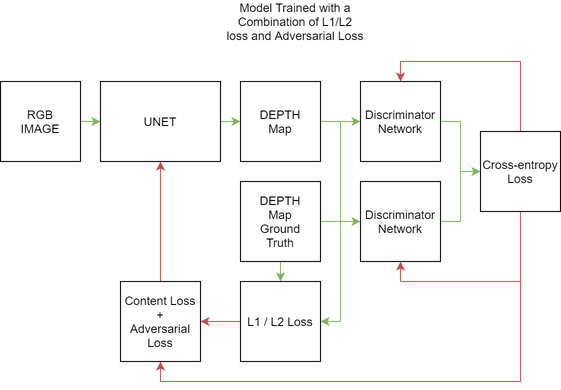
Before: figures/UnetGAN.png, a diagram exported from draw.io (AtharvBhat/EstimateDepth). Source tidied: cells renumbered, new cells last; positions are measured from the earlier drawing's top-left corner, leaving out a move shared by most shapes. The source it was exported from:
```xml
<mxGraphModel>
  <root>
    <mxCell id="0" />
    <mxCell id="1" parent="0" />
    <mxCell id="2" style="edgeStyle=orthogonalEdgeStyle;rounded=0;jettySize=auto;html=1;fillColor=#d5e8d4;strokeColor=#82b366;" parent="1" edge="1" source="3" target="6">
      <mxGeometry relative="1" as="geometry" />
    </mxCell>
    <mxCell id="3" style="whiteSpace=wrap;html=1;" parent="1" vertex="1">
      <mxGeometry y="70" width="80" height="80" as="geometry" />
    </mxCell>
    <mxCell id="4" value="RGB IMAGE" style="text;html=1;strokeColor=none;fillColor=none;align=center;verticalAlign=middle;whiteSpace=wrap;rounded=0;" parent="1" vertex="1">
      <mxGeometry x="20" y="100" width="40" height="20" as="geometry" />
    </mxCell>
    <mxCell id="5" style="edgeStyle=orthogonalEdgeStyle;rounded=0;jettySize=auto;html=1;exitX=1;exitY=0.5;exitDx=0;exitDy=0;fillColor=#d5e8d4;strokeColor=#82b366;" parent="1" edge="1" source="6" target="9">
      <mxGeometry relative="1" as="geometry" />
    </mxCell>
    <mxCell id="6" value="UNET" style="whiteSpace=wrap;html=1;" parent="1" vertex="1">
      <mxGeometry x="100" y="70" width="120" height="80" as="geometry" />
    </mxCell>
    <mxCell id="7" style="edgeStyle=orthogonalEdgeStyle;rounded=0;jettySize=auto;html=1;exitX=1;exitY=0.5;exitDx=0;exitDy=0;entryX=0;entryY=0.5;entryDx=0;entryDy=0;fillColor=#d5e8d4;strokeColor=#82b366;" parent="1" edge="1" source="9" target="17">
      <mxGeometry relative="1" as="geometry" />
    </mxCell>
    <mxCell id="8" style="edgeStyle=orthogonalEdgeStyle;rounded=0;jettySize=auto;html=1;exitX=1;exitY=0.5;exitDx=0;exitDy=0;entryX=1;entryY=0.5;entryDx=0;entryDy=0;fillColor=#d5e8d4;strokeColor=#82b366;" parent="1" edge="1" source="9" target="14">
      <mxGeometry relative="1" as="geometry" />
    </mxCell>
    <mxCell id="9" value="DEPTH&lt;br&gt;Map" style="whiteSpace=wrap;html=1;" parent="1" vertex="1">
      <mxGeometry x="240" y="70" width="80" height="80" as="geometry" />
    </mxCell>
    <mxCell id="10" style="edgeStyle=orthogonalEdgeStyle;rounded=0;jettySize=auto;html=1;exitX=1;exitY=0.5;exitDx=0;exitDy=0;entryX=0;entryY=0.5;entryDx=0;entryDy=0;fillColor=#d5e8d4;strokeColor=#82b366;" parent="1" edge="1" source="12" target="19">
      <mxGeometry relative="1" as="geometry" />
    </mxCell>
    <mxCell id="11" style="edgeStyle=orthogonalEdgeStyle;rounded=0;jettySize=auto;html=1;exitX=0.5;exitY=1;exitDx=0;exitDy=0;entryX=0.5;entryY=0;entryDx=0;entryDy=0;fillColor=#d5e8d4;strokeColor=#82b366;" parent="1" edge="1" source="12" target="14">
      <mxGeometry relative="1" as="geometry" />
    </mxCell>
    <mxCell id="12" value="DEPTH&lt;br&gt;Map&lt;br&gt;Ground&lt;br&gt;Truth" style="whiteSpace=wrap;html=1;" parent="1" vertex="1">
      <mxGeometry x="240" y="170" width="80" height="80" as="geometry" />
    </mxCell>
    <mxCell id="13" style="edgeStyle=orthogonalEdgeStyle;rounded=0;jettySize=auto;html=1;exitX=0;exitY=0.5;exitDx=0;exitDy=0;fillColor=#f8cecc;strokeColor=#b85450;" parent="1" edge="1" source="14">
      <mxGeometry relative="1" as="geometry">
        <mxPoint x="200" y="310" as="targetPoint" />
      </mxGeometry>
    </mxCell>
    <mxCell id="14" value="L1 / L2 Loss" style="whiteSpace=wrap;html=1;" parent="1" vertex="1">
      <mxGeometry x="240" y="270" width="80" height="80" as="geometry" />
    </mxCell>
    <mxCell id="15" value="Model Trained with a Combination of L1/L2 loss and Adversarial Loss" style="text;html=1;strokeColor=none;fillColor=none;align=center;verticalAlign=middle;whiteSpace=wrap;rounded=0;" parent="1" vertex="1">
      <mxGeometry x="225" width="140" height="20" as="geometry" />
    </mxCell>
    <mxCell id="16" style="edgeStyle=orthogonalEdgeStyle;rounded=0;jettySize=auto;html=1;exitX=1;exitY=0.5;exitDx=0;exitDy=0;entryX=0;entryY=0.5;entryDx=0;entryDy=0;fillColor=#d5e8d4;strokeColor=#82b366;" parent="1" edge="1" source="17" target="23">
      <mxGeometry relative="1" as="geometry" />
    </mxCell>
    <mxCell id="17" value="Discriminator&lt;br&gt;Network" style="whiteSpace=wrap;html=1;" parent="1" vertex="1">
      <mxGeometry x="360" y="70" width="80" height="80" as="geometry" />
    </mxCell>
    <mxCell id="18" style="edgeStyle=orthogonalEdgeStyle;rounded=0;jettySize=auto;html=1;exitX=1;exitY=0.5;exitDx=0;exitDy=0;fillColor=#d5e8d4;strokeColor=#82b366;" parent="1" edge="1" source="19">
      <mxGeometry relative="1" as="geometry">
        <mxPoint x="480" y="160" as="targetPoint" />
        <Array as="points">
          <mxPoint x="460" y="210" />
          <mxPoint x="460" y="160" />
        </Array>
      </mxGeometry>
    </mxCell>
    <mxCell id="19" value="Discriminator Network" style="whiteSpace=wrap;html=1;" parent="1" vertex="1">
      <mxGeometry x="360" y="170" width="80" height="80" as="geometry" />
    </mxCell>
    <mxCell id="20" style="edgeStyle=orthogonalEdgeStyle;rounded=0;jettySize=auto;html=1;exitX=0.5;exitY=1;exitDx=0;exitDy=0;entryX=0.5;entryY=1;entryDx=0;entryDy=0;fillColor=#f8cecc;strokeColor=#b85450;" parent="1" edge="1" source="23" target="19">
      <mxGeometry relative="1" as="geometry" />
    </mxCell>
    <mxCell id="21" style="edgeStyle=orthogonalEdgeStyle;rounded=0;jettySize=auto;html=1;exitX=0.5;exitY=1;exitDx=0;exitDy=0;entryX=0.5;entryY=1;entryDx=0;entryDy=0;fillColor=#f8cecc;strokeColor=#b85450;" parent="1" edge="1" source="23" target="25">
      <mxGeometry relative="1" as="geometry">
        <Array as="points">
          <mxPoint x="520" y="370" />
          <mxPoint x="160" y="370" />
        </Array>
      </mxGeometry>
    </mxCell>
    <mxCell id="22" style="edgeStyle=orthogonalEdgeStyle;rounded=0;jettySize=auto;html=1;exitX=0.5;exitY=0;exitDx=0;exitDy=0;entryX=0.5;entryY=0;entryDx=0;entryDy=0;fillColor=#f8cecc;strokeColor=#b85450;" parent="1" edge="1" source="23" target="17">
      <mxGeometry relative="1" as="geometry" />
    </mxCell>
    <mxCell id="23" value="Cross-entropy&lt;br&gt;Loss" style="whiteSpace=wrap;html=1;" parent="1" vertex="1">
      <mxGeometry x="480" y="120" width="80" height="80" as="geometry" />
    </mxCell>
    <mxCell id="24" style="edgeStyle=orthogonalEdgeStyle;rounded=0;jettySize=auto;html=1;exitX=0.5;exitY=0;exitDx=0;exitDy=0;entryX=0.5;entryY=1;entryDx=0;entryDy=0;fillColor=#f8cecc;strokeColor=#b85450;" parent="1" edge="1" source="25" target="6">
      <mxGeometry relative="1" as="geometry" />
    </mxCell>
    <mxCell id="25" value="Content Loss&lt;br&gt;+&lt;br&gt;Adversarial Loss" style="whiteSpace=wrap;html=1;" parent="1" vertex="1">
      <mxGeometry x="120" y="270" width="80" height="80" as="geometry" />
    </mxCell>
  </root>
</mxGraphModel>
```
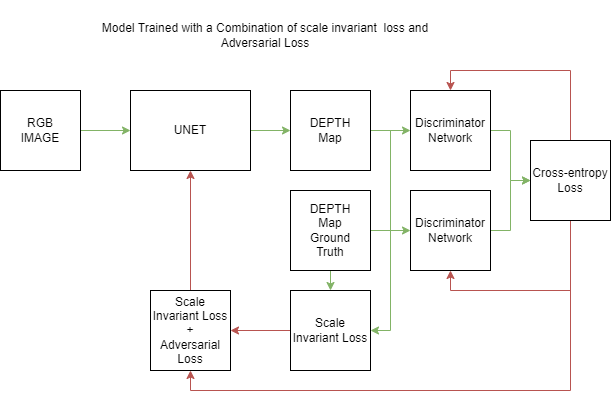
The same diagram one commit later.

The edit, as a diff of the source:
```diff
@@ -2,20 +2,22 @@
   <root>
     <mxCell id="0" />
     <mxCell id="1" parent="0" />
-    <mxCell id="2" style="edgeStyle=orthogonalEdgeStyle;rounded=0;jettySize=auto;html=1;fillColor=#d5e8d4;strokeColor=#82b366;" parent="1" edge="1" source="3" target="6">
-      <mxGeometry relative="1" as="geometry" />
+    <mxCell id="2" style="edgeStyle=orthogonalEdgeStyle;rounded=0;jettySize=auto;html=1;fillColor=#d5e8d4;strokeColor=#82b366;" parent="1" edge="1" source="3">
+      <mxGeometry relative="1" as="geometry">
+        <mxPoint x="80" y="110" as="targetPoint" />
+      </mxGeometry>
     </mxCell>
     <mxCell id="3" style="whiteSpace=wrap;html=1;" parent="1" vertex="1">
-      <mxGeometry y="70" width="80" height="80" as="geometry" />
+      <mxGeometry x="-50" y="70" width="80" height="80" as="geometry" />
     </mxCell>
     <mxCell id="4" value="RGB IMAGE" style="text;html=1;strokeColor=none;fillColor=none;align=center;verticalAlign=middle;whiteSpace=wrap;rounded=0;" parent="1" vertex="1">
-      <mxGeometry x="20" y="100" width="40" height="20" as="geometry" />
+      <mxGeometry x="-30" y="100" width="40" height="20" as="geometry" />
     </mxCell>
     <mxCell id="5" style="edgeStyle=orthogonalEdgeStyle;rounded=0;jettySize=auto;html=1;exitX=1;exitY=0.5;exitDx=0;exitDy=0;fillColor=#d5e8d4;strokeColor=#82b366;" parent="1" edge="1" source="6" target="9">
       <mxGeometry relative="1" as="geometry" />
     </mxCell>
     <mxCell id="6" value="UNET" style="whiteSpace=wrap;html=1;" parent="1" vertex="1">
-      <mxGeometry x="100" y="70" width="120" height="80" as="geometry" />
+      <mxGeometry x="80" y="70" width="120" height="80" as="geometry" />
     </mxCell>
     <mxCell id="7" style="edgeStyle=orthogonalEdgeStyle;rounded=0;jettySize=auto;html=1;exitX=1;exitY=0.5;exitDx=0;exitDy=0;entryX=0;entryY=0.5;entryDx=0;entryDy=0;fillColor=#d5e8d4;strokeColor=#82b366;" parent="1" edge="1" source="9" target="17">
       <mxGeometry relative="1" as="geometry" />
@@ -35,16 +37,14 @@
     <mxCell id="12" value="DEPTH&lt;br&gt;Map&lt;br&gt;Ground&lt;br&gt;Truth" style="whiteSpace=wrap;html=1;" parent="1" vertex="1">
       <mxGeometry x="240" y="170" width="80" height="80" as="geometry" />
     </mxCell>
-    <mxCell id="13" style="edgeStyle=orthogonalEdgeStyle;rounded=0;jettySize=auto;html=1;exitX=0;exitY=0.5;exitDx=0;exitDy=0;fillColor=#f8cecc;strokeColor=#b85450;" parent="1" edge="1" source="14">
-      <mxGeometry relative="1" as="geometry">
-        <mxPoint x="200" y="310" as="targetPoint" />
-      </mxGeometry>
+    <mxCell id="13" style="edgeStyle=orthogonalEdgeStyle;rounded=0;jettySize=auto;html=1;exitX=0;exitY=0.5;exitDx=0;exitDy=0;fillColor=#f8cecc;strokeColor=#b85450;entryX=1;entryY=0.5;entryDx=0;entryDy=0;" parent="1" edge="1" source="14" target="25">
+      <mxGeometry relative="1" as="geometry" />
     </mxCell>
-    <mxCell id="14" value="L1 / L2 Loss" style="whiteSpace=wrap;html=1;" parent="1" vertex="1">
+    <mxCell id="14" value="Scale Invariant Loss" style="whiteSpace=wrap;html=1;" parent="1" vertex="1">
       <mxGeometry x="240" y="270" width="80" height="80" as="geometry" />
     </mxCell>
-    <mxCell id="15" value="Model Trained with a Combination of L1/L2 loss and Adversarial Loss" style="text;html=1;strokeColor=none;fillColor=none;align=center;verticalAlign=middle;whiteSpace=wrap;rounded=0;" parent="1" vertex="1">
-      <mxGeometry x="225" width="140" height="20" as="geometry" />
+    <mxCell id="15" value="Model Trained with a Combination of scale invariant&amp;nbsp; loss and Adversarial Loss" style="text;html=1;strokeColor=none;fillColor=none;align=center;verticalAlign=middle;whiteSpace=wrap;rounded=0;" parent="1" vertex="1">
+      <mxGeometry x="50" y="-20" width="330" height="70" as="geometry" />
     </mxCell>
     <mxCell id="16" style="edgeStyle=orthogonalEdgeStyle;rounded=0;jettySize=auto;html=1;exitX=1;exitY=0.5;exitDx=0;exitDy=0;entryX=0;entryY=0.5;entryDx=0;entryDy=0;fillColor=#d5e8d4;strokeColor=#82b366;" parent="1" edge="1" source="17" target="23">
       <mxGeometry relative="1" as="geometry" />
@@ -67,11 +67,11 @@
     <mxCell id="20" style="edgeStyle=orthogonalEdgeStyle;rounded=0;jettySize=auto;html=1;exitX=0.5;exitY=1;exitDx=0;exitDy=0;entryX=0.5;entryY=1;entryDx=0;entryDy=0;fillColor=#f8cecc;strokeColor=#b85450;" parent="1" edge="1" source="23" target="19">
       <mxGeometry relative="1" as="geometry" />
     </mxCell>
-    <mxCell id="21" style="edgeStyle=orthogonalEdgeStyle;rounded=0;jettySize=auto;html=1;exitX=0.5;exitY=1;exitDx=0;exitDy=0;entryX=0.5;entryY=1;entryDx=0;entryDy=0;fillColor=#f8cecc;strokeColor=#b85450;" parent="1" edge="1" source="23" target="25">
+    <mxCell id="21" style="edgeStyle=orthogonalEdgeStyle;rounded=0;jettySize=auto;html=1;exitX=0.5;exitY=1;exitDx=0;exitDy=0;fillColor=#f8cecc;strokeColor=#b85450;entryX=0.5;entryY=1;entryDx=0;entryDy=0;" parent="1" edge="1" source="23" target="25">
       <mxGeometry relative="1" as="geometry">
         <Array as="points">
           <mxPoint x="520" y="370" />
-          <mxPoint x="160" y="370" />
+          <mxPoint x="140" y="370" />
         </Array>
       </mxGeometry>
     </mxCell>
@@ -84,8 +84,8 @@
     <mxCell id="24" style="edgeStyle=orthogonalEdgeStyle;rounded=0;jettySize=auto;html=1;exitX=0.5;exitY=0;exitDx=0;exitDy=0;entryX=0.5;entryY=1;entryDx=0;entryDy=0;fillColor=#f8cecc;strokeColor=#b85450;" parent="1" edge="1" source="25" target="6">
       <mxGeometry relative="1" as="geometry" />
     </mxCell>
-    <mxCell id="25" value="Content Loss&lt;br&gt;+&lt;br&gt;Adversarial Loss" style="whiteSpace=wrap;html=1;" parent="1" vertex="1">
-      <mxGeometry x="120" y="270" width="80" height="80" as="geometry" />
+    <mxCell id="25" value="Scale Invariant Loss&lt;br&gt;+&lt;br&gt;Adversarial Loss" style="whiteSpace=wrap;html=1;" parent="1" vertex="1">
+      <mxGeometry x="100" y="270" width="80" height="80" as="geometry" />
     </mxCell>
   </root>
 </mxGraphModel>
```
